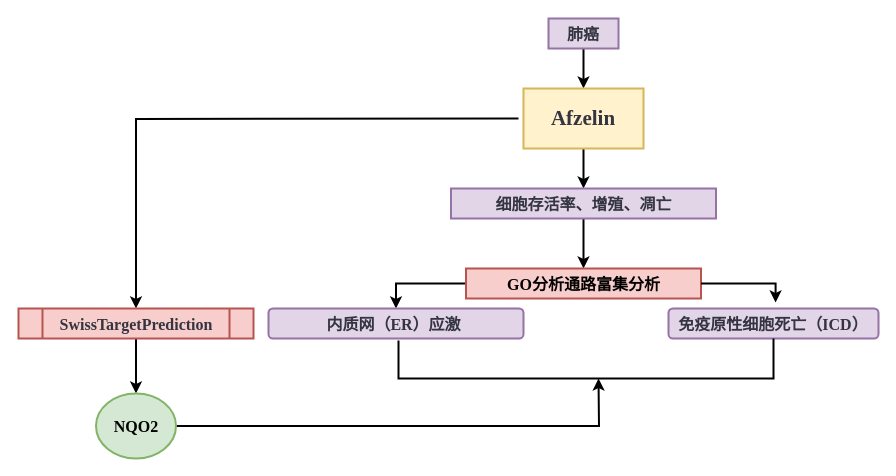
This is wlp-27.drawio from wlplily/Dream13, a draw.io file, before an edit. Source tidied: cells renumbered, new cells numbered last; positions are measured from the earlier drawing's top-left corner, leaving out a move shared by most shapes. Both pictures are drawn from the tidied source at 100%, with x=0, y=0 at pixel (18, 18).
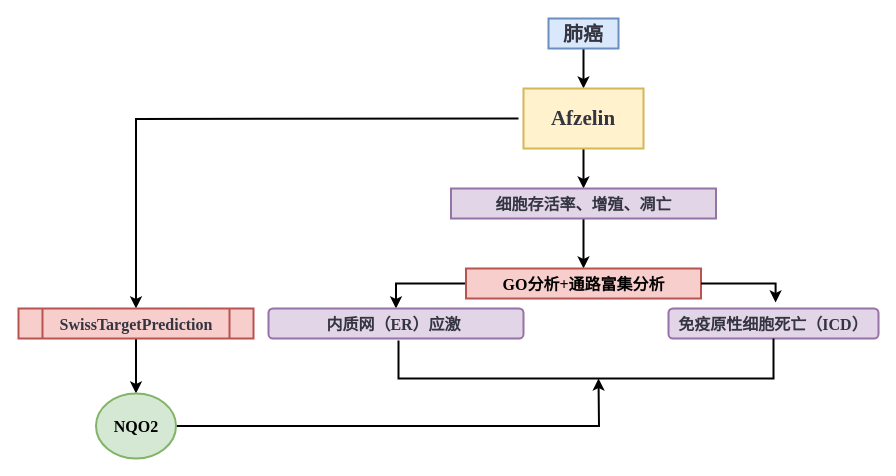
The same diagram, later.

What changed in the source:
```diff
@@
-    <mxCell id="3" value="&lt;span style=&quot;color: rgb(52, 53, 65); font-size: 16px; font-style: normal; font-variant-ligatures: normal; font-variant-caps: normal; letter-spacing: normal; orphans: 2; text-indent: 0px; text-transform: none; widows: 2; word-spacing: 0px; -webkit-text-stroke-width: 0px; text-decoration-thickness: initial; text-decoration-style: initial; text-decoration-color: initial; float: none; display: inline !important;&quot;&gt;肺癌&lt;/span&gt;" style="text;whiteSpace=wrap;html=1;fillColor=#e1d5e7;strokeColor=#9673a6;align=center;fontSize=16;fontFamily=Times New Roman;fontStyle=1;strokeWidth=2;" parent="1" vertex="1">
+    <mxCell id="3" value="&lt;span style=&quot;color: rgb(52, 53, 65); font-size: 20px; font-style: normal; font-variant-ligatures: normal; font-variant-caps: normal; letter-spacing: normal; orphans: 2; text-indent: 0px; text-transform: none; widows: 2; word-spacing: 0px; -webkit-text-stroke-width: 0px; text-decoration-thickness: initial; text-decoration-style: initial; text-decoration-color: initial; float: none; display: inline !important;&quot;&gt;肺癌&lt;/span&gt;" style="text;whiteSpace=wrap;html=1;fillColor=#dae8fc;strokeColor=#6c8ebf;align=center;fontSize=20;fontFamily=Times New Roman;fontStyle=1;strokeWidth=2;verticalAlign=middle;" parent="1" vertex="1">
       <mxGeometry x="530" width="70" height="30" as="geometry" />
     </mxCell>
@@
-    <mxCell id="10" value=" GO分析通路富集分析 " style="whiteSpace=wrap;html=1;verticalAlign=top;fillColor=#f8cecc;strokeColor=#b85450;fontSize=16;fontFamily=Times New Roman;fontStyle=1;strokeWidth=2;" parent="1" vertex="1">
+    <mxCell id="10" value=" GO分析+通路富集分析 " style="whiteSpace=wrap;html=1;verticalAlign=top;fillColor=#f8cecc;strokeColor=#b85450;fontSize=16;fontFamily=Times New Roman;fontStyle=1;strokeWidth=2;" parent="1" vertex="1">
       <mxGeometry x="447.5" y="250" width="235" height="30" as="geometry" />
     </mxCell>
```
